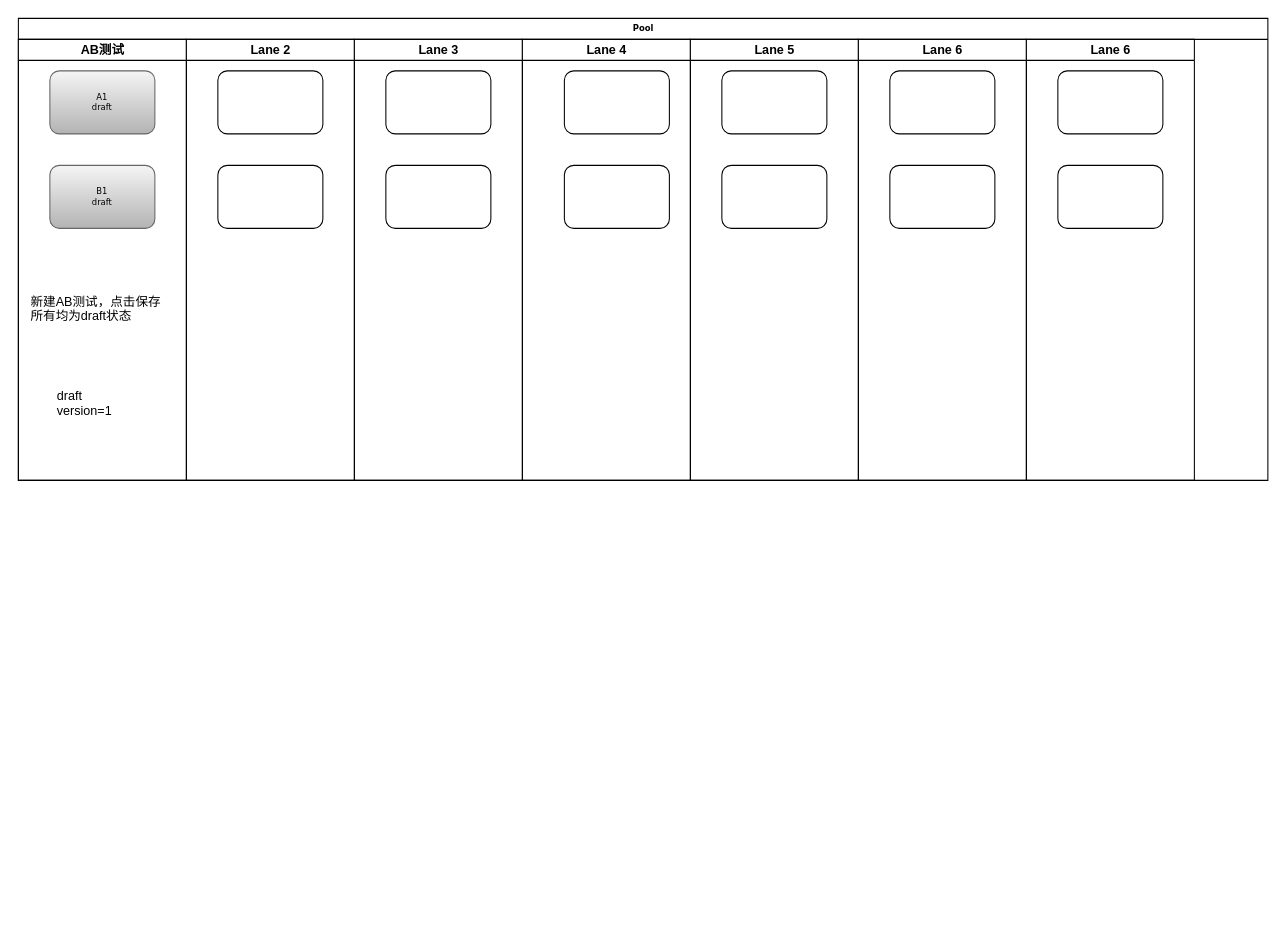
The draw.io diagram AB测试状态变化.drawio in hzhang123/DrawImage, before the edit. Source tidied: cells renumbered, new cells numbered last; positions are measured from the earlier drawing's top-left corner, leaving out a move shared by most shapes. Both pictures are drawn from the tidied source at 105%, with x=0, y=0 at pixel (18, 18).
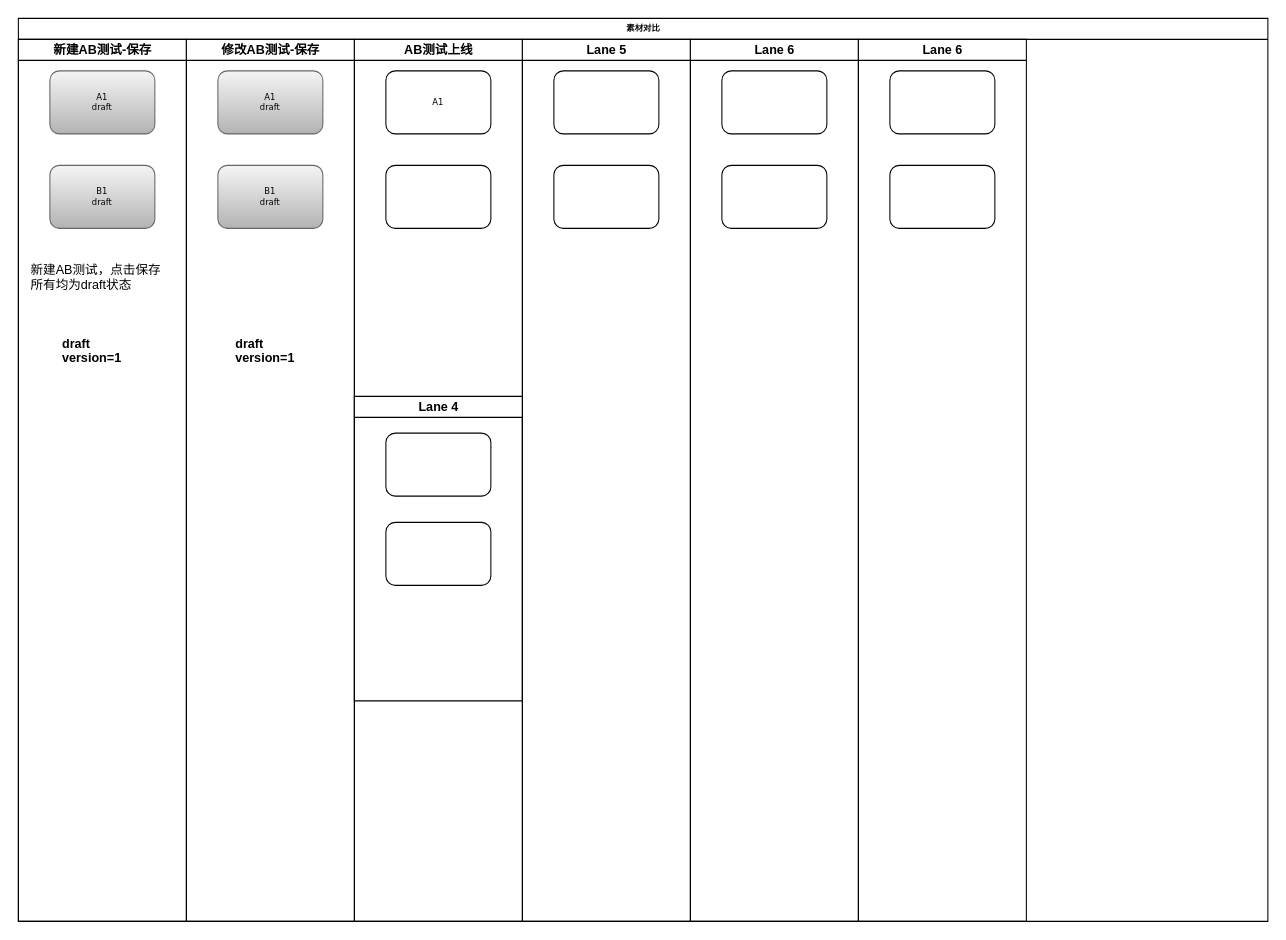
Above is the later version.

Commit message (it also covers changes not shown here):
更新AB测试状态变化.drawio

The edit, as a diff of the source:
```diff
@@
-    <mxCell id="2" value="Pool" style="swimlane;html=1;startSize=20;rounded=0;shadow=0;labelBackgroundColor=none;strokeColor=#000000;strokeWidth=1;fillColor=#ffffff;fontFamily=Verdana;fontSize=8;fontColor=#000000;align=center;direction=east;" parent="1" vertex="1">
-      <mxGeometry width="1190" height="440" as="geometry" />
+    <mxCell id="2" value="素材对比" style="swimlane;html=1;startSize=20;rounded=0;shadow=0;labelBackgroundColor=none;strokeColor=#000000;strokeWidth=1;fillColor=#ffffff;fontFamily=Verdana;fontSize=8;fontColor=#000000;align=center;direction=east;" parent="1" vertex="1">
+      <mxGeometry width="1190" height="860" as="geometry" />
     </mxCell>
-    <mxCell id="3" value="AB测试" style="swimlane;html=1;startSize=20;" parent="2" vertex="1">
-      <mxGeometry y="20" width="160" height="420" as="geometry" />
+    <mxCell id="3" value="新建AB测试-保存" style="swimlane;html=1;startSize=20;" parent="2" vertex="1">
+      <mxGeometry y="20" width="160" height="840" as="geometry" />
     </mxCell>
@@
-    <mxCell id="6" value="draft&lt;br&gt;version=1" style="text;html=1;align=left;verticalAlign=top;spacingTop=-4;" parent="3" vertex="1">
-      <mxGeometry x="35" y="330" width="70" height="30" as="geometry" />
+    <mxCell id="6" value="draft&lt;br&gt;version=1" style="text;html=1;align=left;verticalAlign=top;spacingTop=-4;fontStyle=1;" parent="3" vertex="1">
+      <mxGeometry x="40" y="280" width="70" height="30" as="geometry" />
     </mxCell>
     <mxCell id="7" value="新建AB测试，点击保存&lt;br&gt;所有均为draft状态" style="text;html=1;align=left;verticalAlign=top;spacingTop=-4;" parent="3" vertex="1">
-      <mxGeometry x="10" y="240" width="140" height="30" as="geometry" />
+      <mxGeometry x="10" y="210" width="140" height="30" as="geometry" />
     </mxCell>
-    <mxCell id="8" value="Lane 2" style="swimlane;html=1;startSize=20;" parent="2" vertex="1">
-      <mxGeometry x="160" y="20" width="160" height="420" as="geometry" />
+    <mxCell id="8" value="修改AB测试-保存" style="swimlane;html=1;startSize=20;" parent="2" vertex="1">
+      <mxGeometry x="160" y="20" width="160" height="840" as="geometry" />
     </mxCell>
-    <mxCell id="9" style="rounded=1;whiteSpace=wrap;html=1;shadow=0;labelBackgroundColor=none;strokeColor=#000000;strokeWidth=1;fillColor=#ffffff;fontFamily=Verdana;fontSize=8;fontColor=#000000;align=center;" parent="8" vertex="1">
-      <mxGeometry x="30" y="30" width="100" height="60" as="geometry" />
-    </mxCell>
-    <mxCell id="10" style="rounded=1;whiteSpace=wrap;html=1;shadow=0;labelBackgroundColor=none;strokeColor=#000000;strokeWidth=1;fillColor=#ffffff;fontFamily=Verdana;fontSize=8;fontColor=#000000;align=center;" parent="8" vertex="1">
-      <mxGeometry x="30" y="120" width="100" height="60" as="geometry" />
-    </mxCell>
+    <mxCell id="26" value="A1&lt;br&gt;draft" style="rounded=1;whiteSpace=wrap;html=1;shadow=0;labelBackgroundColor=none;strokeColor=#666666;strokeWidth=1;fillColor=#f5f5f5;fontFamily=Verdana;fontSize=8;align=center;gradientColor=#b3b3b3;" parent="8" vertex="1">
+      <mxGeometry x="30" y="30" width="100" height="60" as="geometry" />
+    </mxCell>
+    <mxCell id="27" value="B1&lt;br&gt;draft" style="rounded=1;whiteSpace=wrap;html=1;shadow=0;labelBackgroundColor=none;strokeColor=#666666;strokeWidth=1;fillColor=#f5f5f5;fontFamily=Verdana;fontSize=8;align=center;gradientColor=#b3b3b3;" parent="8" vertex="1">
+      <mxGeometry x="30" y="120" width="100" height="60" as="geometry" />
+    </mxCell>
+    <mxCell id="28" value="draft&lt;br&gt;version=1" style="text;html=1;align=left;verticalAlign=top;spacingTop=-4;fontStyle=1;" parent="8" vertex="1">
+      <mxGeometry x="45" y="280" width="70" height="30" as="geometry" />
+    </mxCell>
-    <mxCell id="11" value="Lane 3" style="swimlane;html=1;startSize=20;" parent="2" vertex="1">
-      <mxGeometry x="320" y="20" width="160" height="420" as="geometry" />
+    <mxCell id="11" value="AB测试上线" style="swimlane;html=1;startSize=20;" parent="2" vertex="1">
+      <mxGeometry x="320" y="20" width="160" height="840" as="geometry" />
     </mxCell>
-    <mxCell id="12" style="rounded=1;whiteSpace=wrap;html=1;shadow=0;labelBackgroundColor=none;strokeColor=#000000;strokeWidth=1;fillColor=#ffffff;fontFamily=Verdana;fontSize=8;fontColor=#000000;align=center;" parent="11" vertex="1">
+    <mxCell id="12" value="A1" style="rounded=1;whiteSpace=wrap;html=1;shadow=0;labelBackgroundColor=none;strokeColor=#000000;strokeWidth=1;fillColor=#ffffff;fontFamily=Verdana;fontSize=8;fontColor=#000000;align=center;" parent="11" vertex="1">
       <mxGeometry x="30" y="30" width="100" height="60" as="geometry" />
     </mxCell>
@@
-    <mxCell id="14" value="Lane 4" style="swimlane;html=1;startSize=20;" parent="2" vertex="1">
-      <mxGeometry x="480" y="20" width="160" height="420" as="geometry" />
+    <mxCell id="14" value="Lane 4" style="swimlane;html=1;startSize=20;" parent="11" vertex="1">
+      <mxGeometry y="340" width="160" height="290" as="geometry" />
     </mxCell>
     <mxCell id="15" style="rounded=1;whiteSpace=wrap;html=1;shadow=0;labelBackgroundColor=none;strokeColor=#000000;strokeWidth=1;fillColor=#ffffff;fontFamily=Verdana;fontSize=8;fontColor=#000000;align=center;" parent="14" vertex="1">
-      <mxGeometry x="40" y="30" width="100" height="60" as="geometry" />
+      <mxGeometry x="30" y="35" width="100" height="60" as="geometry" />
     </mxCell>
     <mxCell id="16" style="rounded=1;whiteSpace=wrap;html=1;shadow=0;labelBackgroundColor=none;strokeColor=#000000;strokeWidth=1;fillColor=#ffffff;fontFamily=Verdana;fontSize=8;fontColor=#000000;align=center;" parent="14" vertex="1">
-      <mxGeometry x="40" y="120" width="100" height="60" as="geometry" />
+      <mxGeometry x="30" y="120" width="100" height="60" as="geometry" />
     </mxCell>
     <mxCell id="17" value="Lane 5" style="swimlane;html=1;startSize=20;" parent="2" vertex="1">
-      <mxGeometry x="640" y="20" width="160" height="420" as="geometry" />
+      <mxGeometry x="480" y="20" width="160" height="840" as="geometry" />
     </mxCell>
@@
     <mxCell id="20" value="Lane 6" style="swimlane;html=1;startSize=20;shadow=0;glass=0;" parent="2" vertex="1">
-      <mxGeometry x="800" y="20" width="160" height="420" as="geometry" />
+      <mxGeometry x="640" y="20" width="160" height="840" as="geometry" />
     </mxCell>
@@
     <mxCell id="23" value="Lane 6" style="swimlane;html=1;startSize=20;" parent="2" vertex="1">
-      <mxGeometry x="960" y="20" width="160" height="420" as="geometry" />
+      <mxGeometry x="800" y="20" width="160" height="840" as="geometry" />
     </mxCell>
```
